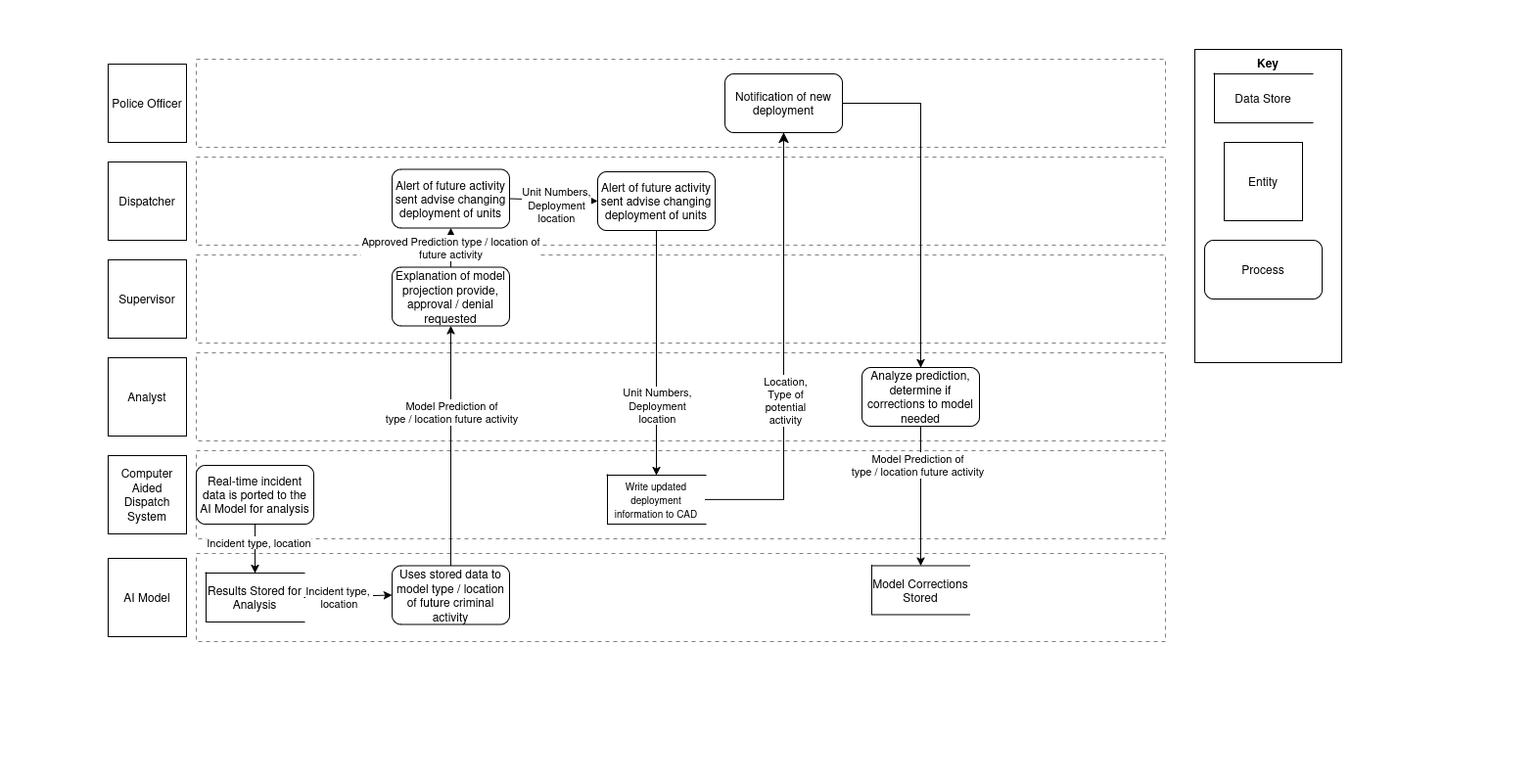
Earlier version of the draw.io export Week_5/Week5Diagram_Wright.png (bama730/CS_3332). Source tidied: cells renumbered, new cells last; positions are measured from the earlier drawing's top-left corner, leaving out a move shared by most shapes.
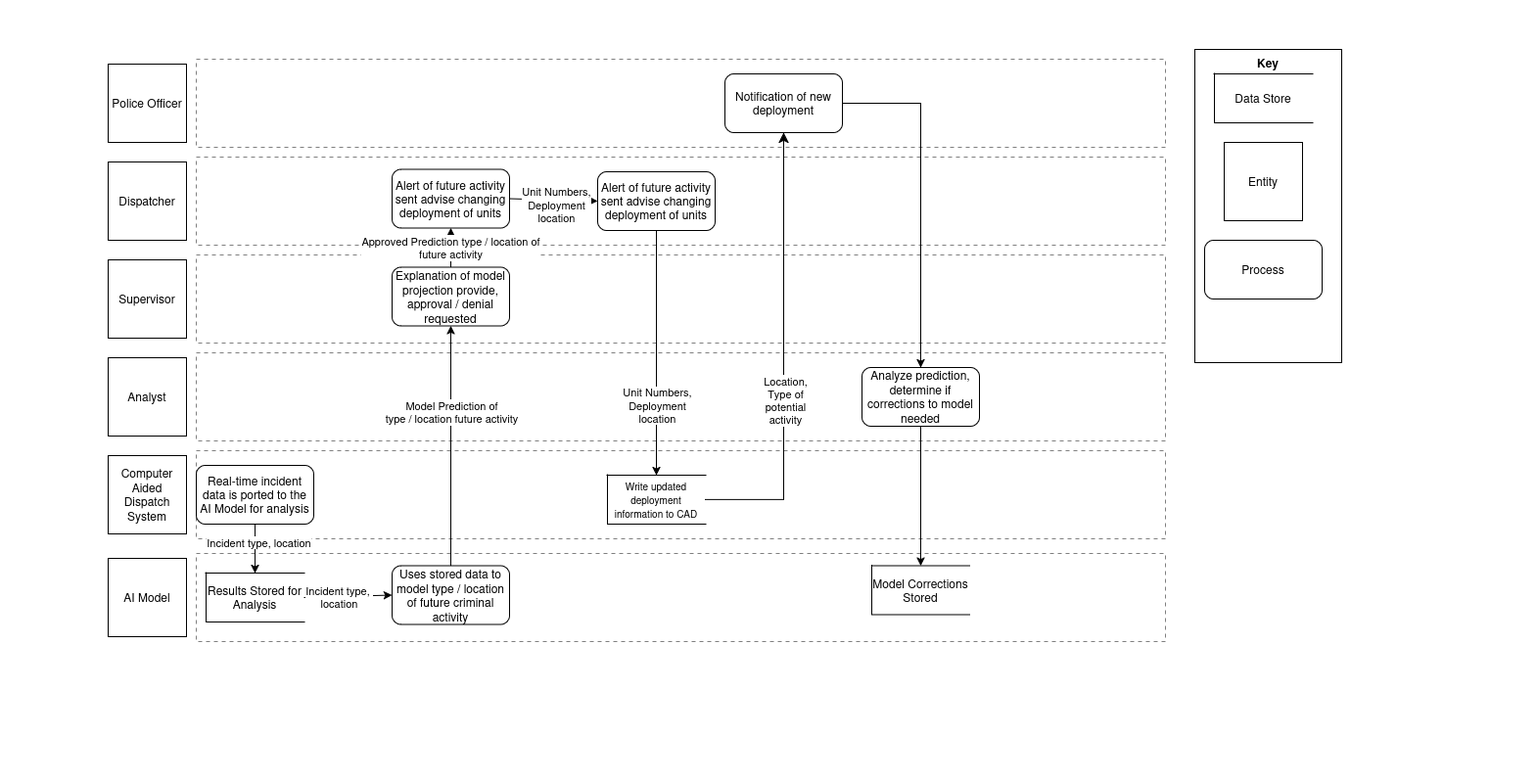
Above is the later version.

Diff of the diagram source:
```diff
@@ -125,11 +125,6 @@
     <mxCell id="39" style="endArrow=classic;html=1;rounded=0;exitX=0.5;exitY=1;exitDx=0;exitDy=0;entryX=0.5;entryY=0;entryDx=0;entryDy=0;" parent="1" edge="1" source="37" target="38">
       <mxGeometry relative="1" as="geometry" />
     </mxCell>
-    <mxCell id="40" value="&lt;div&gt;Model Prediction of&lt;/div&gt;&lt;div&gt;type / location future activity&lt;br&gt;&lt;/div&gt;" style="edgeLabel;html=1;align=center;verticalAlign=middle;" parent="39" vertex="1">
-      <mxGeometry x="0.01" y="-2" relative="1" as="geometry">
-        <mxPoint x="-2" y="-33" as="offset" />
-      </mxGeometry>
-    </mxCell>
     <mxCell id="41" value="&lt;b&gt;Key&lt;/b&gt;" style="rounded=0;whiteSpace=wrap;html=1;verticalAlign=top;" parent="1" vertex="1">
       <mxGeometry x="1220" y="50" width="150" height="320" as="geometry" />
     </mxCell>
```
